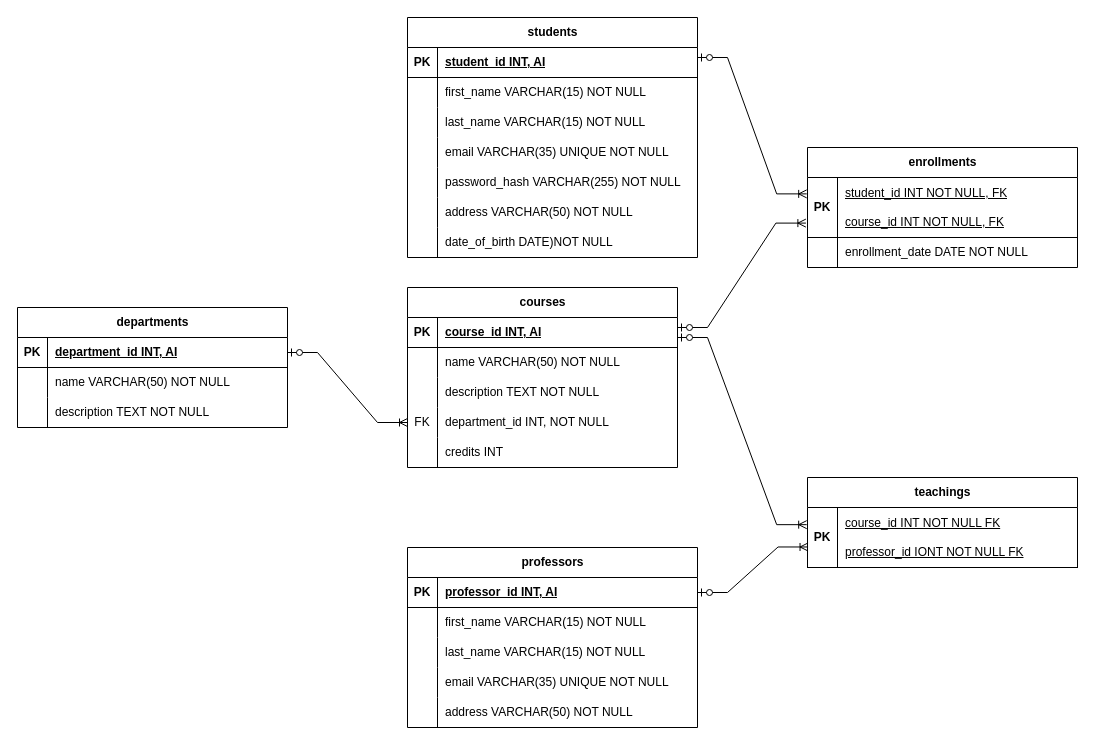
The draw.io diagram Phase2_graded_challenge2.drawio in suryasaputra2016/YourFirstSite, before the edit. Source tidied: cells renumbered, new cells numbered last; positions are measured from the earlier drawing's top-left corner, leaving out a move shared by most shapes. Both pictures are drawn from the tidied source at 100%, with x=0, y=0 at pixel (17, -188).
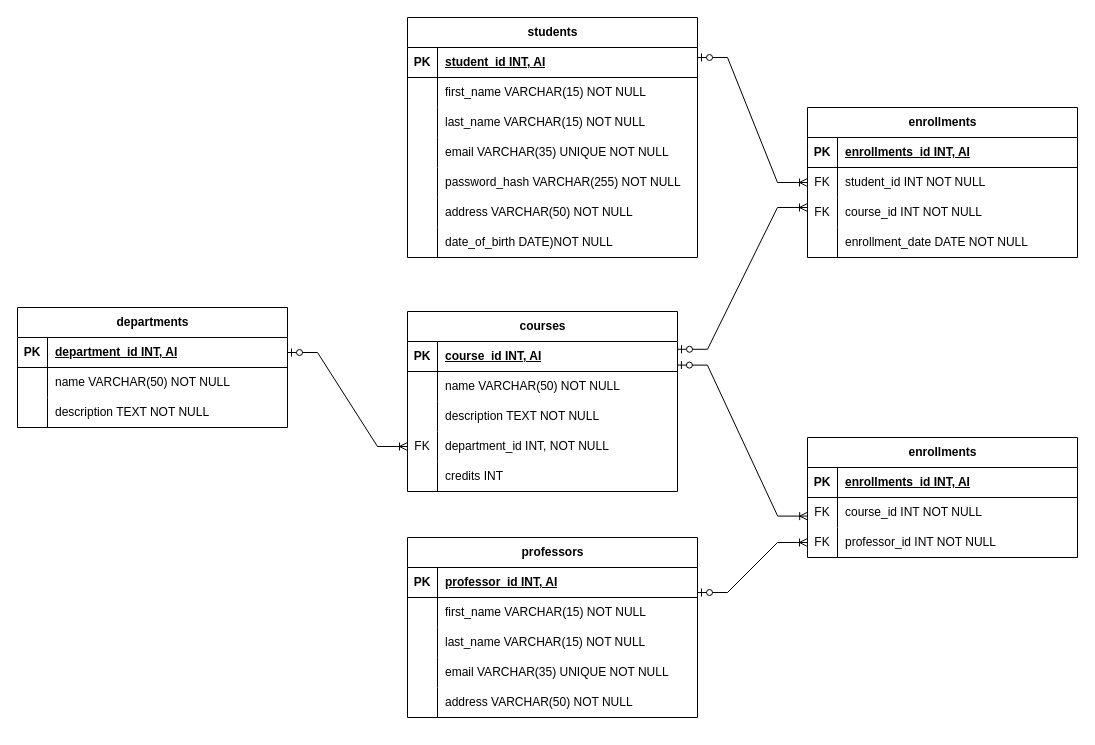
The same page after the edit.

The change refers to these unchanged cells:
```xml
<mxCell id="25" style="shape=tableRow;horizontal=0;startSize=0;swimlaneHead=0;swimlaneBody=0;fillColor=none;points=[[0,0.5],[1,0.5]];portConstraint=eastwest;top=0;left=0;right=0;bottom=1;" parent="24" vertex="1">
  <mxGeometry y="30" width="270" height="30" as="geometry" />
</mxCell>
```

Change to the diagram source:
```diff
@@
     <mxCell id="24" value="courses" style="shape=table;startSize=30;childLayout=tableLayout;rowLines=0;fontStyle=1;align=center;html=1;" parent="1" vertex="1">
-      <mxGeometry x="390" y="475" width="270" height="180" as="geometry" />
+      <mxGeometry x="390" y="499" width="270" height="180" as="geometry" />
     </mxCell>
@@
     <mxCell id="40" value="professors" style="shape=table;startSize=30;childLayout=tableLayout;rowLines=0;fontStyle=1;align=center;html=1;" parent="1" vertex="1">
-      <mxGeometry x="390" y="735" width="290" height="180" as="geometry" />
+      <mxGeometry x="390" y="725" width="290" height="180" as="geometry" />
     </mxCell>
@@
     <mxCell id="56" value="enrollments" style="shape=table;startSize=30;childLayout=tableLayout;rowLines=0;fontStyle=1;align=center;html=1;" parent="1" vertex="1">
-      <mxGeometry x="790" y="335" width="270" height="120" as="geometry" />
+      <mxGeometry x="790" y="295" width="270" height="150" as="geometry" />
     </mxCell>
     <mxCell id="57" style="shape=tableRow;horizontal=0;startSize=0;swimlaneHead=0;swimlaneBody=0;fillColor=none;points=[[0,0.5],[1,0.5]];portConstraint=eastwest;top=0;left=0;right=0;bottom=1;" parent="56" vertex="1">
-      <mxGeometry y="30" width="270" height="60" as="geometry" />
+      <mxGeometry y="30" width="270" height="30" as="geometry" />
     </mxCell>
     <mxCell id="58" value="PK" style="shape=partialRectangle;fillColor=none;top=0;left=0;bottom=0;right=0;fontStyle=1;overflow=hidden;whiteSpace=wrap;html=1;" parent="57" vertex="1">
-      <mxGeometry width="30" height="60" as="geometry" />
+      <mxGeometry width="30" height="30" as="geometry" />
     </mxCell>
-    <mxCell id="59" value="&lt;span style=&quot;font-weight: 400; text-decoration: none;&quot;&gt;student_id INT NOT NULL, FK&lt;/span&gt;&lt;div&gt;&lt;span style=&quot;font-weight: 400;&quot;&gt;&lt;br&gt;&lt;/span&gt;&lt;div style=&quot;font-weight: 400; text-decoration: none;&quot;&gt;course_id INT NOT NULL, FK&lt;/div&gt;&lt;/div&gt;" style="shape=partialRectangle;fillColor=none;top=0;left=0;bottom=0;right=0;align=left;spacingLeft=6;fontStyle=5;overflow=hidden;whiteSpace=wrap;html=1;" parent="57" vertex="1">
-      <mxGeometry x="30" width="240" height="60" as="geometry" />
+    <mxCell id="59" value="enrollments_id INT, AI" style="shape=partialRectangle;fillColor=none;top=0;left=0;bottom=0;right=0;align=left;spacingLeft=6;fontStyle=5;overflow=hidden;whiteSpace=wrap;html=1;" parent="57" vertex="1">
+      <mxGeometry x="30" width="240" height="30" as="geometry" />
     </mxCell>
     <mxCell id="60" style="shape=tableRow;horizontal=0;startSize=0;swimlaneHead=0;swimlaneBody=0;fillColor=none;points=[[0,0.5],[1,0.5]];portConstraint=eastwest;top=0;left=0;right=0;bottom=0;" parent="56" vertex="1">
-      <mxGeometry y="90" width="270" height="30" as="geometry" />
+      <mxGeometry y="60" width="270" height="30" as="geometry" />
     </mxCell>
-    <mxCell id="61" style="shape=partialRectangle;fillColor=none;top=0;left=0;bottom=0;right=0;overflow=hidden;whiteSpace=wrap;html=1;" parent="60" vertex="1">
+    <mxCell id="61" value="FK" style="shape=partialRectangle;fillColor=none;top=0;left=0;bottom=0;right=0;overflow=hidden;whiteSpace=wrap;html=1;" parent="60" vertex="1">
       <mxGeometry width="30" height="30" as="geometry" />
     </mxCell>
-    <mxCell id="62" value="enrollment_date DATE NOT NULL" style="shape=partialRectangle;fillColor=none;top=0;left=0;bottom=0;right=0;align=left;spacingLeft=6;overflow=hidden;whiteSpace=wrap;html=1;" parent="60" vertex="1">
+    <mxCell id="62" value="student_id INT NOT NULL" style="shape=partialRectangle;fillColor=none;top=0;left=0;bottom=0;right=0;align=left;spacingLeft=6;overflow=hidden;whiteSpace=wrap;html=1;" parent="60" vertex="1">
       <mxGeometry x="30" width="240" height="30" as="geometry" />
     </mxCell>
+    <mxCell id="82" style="shape=tableRow;horizontal=0;startSize=0;swimlaneHead=0;swimlaneBody=0;fillColor=none;points=[[0,0.5],[1,0.5]];portConstraint=eastwest;top=0;left=0;right=0;bottom=0;" parent="56" vertex="1">
+      <mxGeometry y="90" width="270" height="30" as="geometry" />
+    </mxCell>
+    <mxCell id="83" value="FK" style="shape=partialRectangle;fillColor=none;top=0;left=0;bottom=0;right=0;overflow=hidden;whiteSpace=wrap;html=1;" parent="82" vertex="1">
+      <mxGeometry width="30" height="30" as="geometry" />
+    </mxCell>
+    <mxCell id="84" value="course_id INT NOT NULL" style="shape=partialRectangle;fillColor=none;top=0;left=0;bottom=0;right=0;align=left;spacingLeft=6;overflow=hidden;whiteSpace=wrap;html=1;" parent="82" vertex="1">
+      <mxGeometry x="30" width="240" height="30" as="geometry" />
+    </mxCell>
+    <mxCell id="85" style="shape=tableRow;horizontal=0;startSize=0;swimlaneHead=0;swimlaneBody=0;fillColor=none;top=0;left=0;right=0;bottom=0;" parent="56" vertex="1">
+      <mxGeometry y="120" width="270" height="30" as="geometry" />
+    </mxCell>
+    <mxCell id="86" style="shape=partialRectangle;fillColor=none;top=0;left=0;bottom=0;right=0;overflow=hidden;whiteSpace=wrap;html=1;" parent="85" vertex="1">
+      <mxGeometry width="30" height="30" as="geometry" />
+    </mxCell>
+    <mxCell id="87" value="enrollment_date DATE NOT NULL" style="shape=partialRectangle;fillColor=none;top=0;left=0;bottom=0;right=0;align=left;spacingLeft=6;overflow=hidden;whiteSpace=wrap;html=1;" parent="85" vertex="1">
+      <mxGeometry x="30" width="240" height="30" as="geometry" />
+    </mxCell>
@@
-    <mxCell id="73" value="teachings" style="shape=table;startSize=30;childLayout=tableLayout;rowLines=0;fontStyle=1;align=center;html=1;" parent="1" vertex="1">
-      <mxGeometry x="790" y="665" width="270" height="90" as="geometry" />
-    </mxCell>
-    <mxCell id="74" style="shape=tableRow;horizontal=0;startSize=0;swimlaneHead=0;swimlaneBody=0;fillColor=none;points=[[0,0.5],[1,0.5]];portConstraint=eastwest;top=0;left=0;right=0;bottom=1;" parent="73" vertex="1">
-      <mxGeometry y="30" width="270" height="60" as="geometry" />
-    </mxCell>
-    <mxCell id="75" value="PK" style="shape=partialRectangle;fillColor=none;top=0;left=0;bottom=0;right=0;fontStyle=1;overflow=hidden;whiteSpace=wrap;html=1;" parent="74" vertex="1">
-      <mxGeometry width="30" height="60" as="geometry" />
-    </mxCell>
-    <mxCell id="76" value="&lt;span style=&quot;font-weight: 400; text-decoration: none;&quot;&gt;course_id INT NOT NULL FK&lt;/span&gt;&lt;br&gt;&lt;div&gt;&lt;span style=&quot;font-weight: 400; text-decoration: none;&quot;&gt;&lt;br&gt;&lt;/span&gt;&lt;/div&gt;&lt;div&gt;&lt;span style=&quot;font-weight: 400; text-decoration: none;&quot;&gt;professor_id IONT NOT NULL FK&lt;/span&gt;&lt;span style=&quot;font-weight: 400; text-decoration: none;&quot;&gt;&lt;br&gt;&lt;/span&gt;&lt;/div&gt;" style="shape=partialRectangle;fillColor=none;top=0;left=0;bottom=0;right=0;align=left;spacingLeft=6;fontStyle=5;overflow=hidden;whiteSpace=wrap;html=1;" parent="74" vertex="1">
-      <mxGeometry x="30" width="240" height="60" as="geometry" />
-    </mxCell>
@@
-    <mxCell id="78" style="edgeStyle=entityRelationEdgeStyle;fontSize=12;html=1;endArrow=ERoneToMany;startArrow=ERzeroToOne;rounded=0;exitX=1;exitY=0.5;exitDx=0;exitDy=0;entryX=-0.003;entryY=0.273;entryDx=0;entryDy=0;entryPerimeter=0;" parent="1" edge="1" target="57">
+    <mxCell id="78" style="edgeStyle=entityRelationEdgeStyle;fontSize=12;html=1;endArrow=ERoneToMany;startArrow=ERzeroToOne;rounded=0;exitX=1;exitY=0.5;exitDx=0;exitDy=0;entryX=0;entryY=0.5;entryDx=0;entryDy=0;" parent="1" edge="1" target="60">
       <mxGeometry relative="1" as="geometry">
         <mxPoint x="680" y="245" as="sourcePoint" />
         <Array as="points">
           <mxPoint x="1170" />
         </Array>
       </mxGeometry>
     </mxCell>
-    <mxCell id="79" style="edgeStyle=entityRelationEdgeStyle;fontSize=12;html=1;endArrow=ERoneToMany;startArrow=ERzeroToOne;rounded=0;exitX=1;exitY=0.5;exitDx=0;exitDy=0;entryX=-0.006;entryY=0.76;entryDx=0;entryDy=0;entryPerimeter=0;" parent="1" edge="1" target="57">
+    <mxCell id="79" style="edgeStyle=entityRelationEdgeStyle;fontSize=12;html=1;endArrow=ERoneToMany;startArrow=ERzeroToOne;rounded=0;entryX=0;entryY=0.333;entryDx=0;entryDy=0;entryPerimeter=0;exitX=1;exitY=0.259;exitDx=0;exitDy=0;exitPerimeter=0;" parent="1" edge="1" source="25" target="82">
       <mxGeometry relative="1" as="geometry">
-        <mxPoint x="660" y="515" as="sourcePoint" />
         <Array as="points">
           <mxPoint x="1150" y="270" />
         </Array>
       </mxGeometry>
     </mxCell>
-    <mxCell id="80" style="edgeStyle=entityRelationEdgeStyle;fontSize=12;html=1;endArrow=ERoneToMany;startArrow=ERzeroToOne;rounded=0;exitX=1;exitY=0.5;exitDx=0;exitDy=0;entryX=-0.003;entryY=0.286;entryDx=0;entryDy=0;entryPerimeter=0;" parent="1" edge="1" target="74">
+    <mxCell id="80" style="edgeStyle=entityRelationEdgeStyle;fontSize=12;html=1;endArrow=ERoneToMany;startArrow=ERzeroToOne;rounded=0;entryX=-0.003;entryY=0.286;entryDx=0;entryDy=0;entryPerimeter=0;exitX=0.996;exitY=0.788;exitDx=0;exitDy=0;exitPerimeter=0;" parent="1" edge="1">
       <mxGeometry relative="1" as="geometry">
-        <mxPoint x="660" y="525" as="sourcePoint" />
+        <mxPoint x="659.9" y="552.6" as="sourcePoint" />
+        <mxPoint x="790.2" y="703.6" as="targetPoint" />
         <Array as="points">
-          <mxPoint x="1150" y="280" />
+          <mxPoint x="681" y="535" />
+          <mxPoint x="1151" y="280" />
         </Array>
       </mxGeometry>
     </mxCell>
-    <mxCell id="81" style="edgeStyle=entityRelationEdgeStyle;fontSize=12;html=1;endArrow=ERoneToMany;startArrow=ERzeroToOne;rounded=0;exitX=1;exitY=0.5;exitDx=0;exitDy=0;entryX=0.002;entryY=0.658;entryDx=0;entryDy=0;entryPerimeter=0;" parent="1" edge="1" target="74">
+    <mxCell id="81" style="edgeStyle=entityRelationEdgeStyle;fontSize=12;html=1;endArrow=ERoneToMany;startArrow=ERzeroToOne;rounded=0;exitX=1;exitY=0.5;exitDx=0;exitDy=0;entryX=0;entryY=0.5;entryDx=0;entryDy=0;" parent="1" edge="1" target="94">
       <mxGeometry relative="1" as="geometry">
         <mxPoint x="680" y="780" as="sourcePoint" />
         <Array as="points">
           <mxPoint x="1170" y="535" />
           <mxPoint x="740" y="1020" />
         </Array>
       </mxGeometry>
     </mxCell>
+    <mxCell id="88" value="enrollments" style="shape=table;startSize=30;childLayout=tableLayout;rowLines=0;fontStyle=1;align=center;html=1;" parent="1" vertex="1">
+      <mxGeometry x="790" y="625" width="270" height="120" as="geometry" />
+    </mxCell>
+    <mxCell id="89" style="shape=tableRow;horizontal=0;startSize=0;swimlaneHead=0;swimlaneBody=0;fillColor=none;top=0;left=0;right=0;bottom=1;" parent="88" vertex="1">
+      <mxGeometry y="30" width="270" height="30" as="geometry" />
+    </mxCell>
+    <mxCell id="75" value="PK" style="shape=partialRectangle;fillColor=none;top=0;left=0;bottom=0;right=0;fontStyle=1;overflow=hidden;whiteSpace=wrap;html=1;" parent="89" vertex="1">
+      <mxGeometry width="30" height="30" as="geometry" />
+    </mxCell>
+    <mxCell id="90" value="enrollments_id INT, AI" style="shape=partialRectangle;fillColor=none;top=0;left=0;bottom=0;right=0;align=left;spacingLeft=6;fontStyle=5;overflow=hidden;whiteSpace=wrap;html=1;" parent="89" vertex="1">
+      <mxGeometry x="30" width="240" height="30" as="geometry" />
+    </mxCell>
+    <mxCell id="91" style="shape=tableRow;horizontal=0;startSize=0;swimlaneHead=0;swimlaneBody=0;fillColor=none;top=0;left=0;right=0;bottom=0;" parent="88" vertex="1">
+      <mxGeometry y="60" width="270" height="30" as="geometry" />
+    </mxCell>
+    <mxCell id="92" value="FK" style="shape=partialRectangle;fillColor=none;top=0;left=0;bottom=0;right=0;overflow=hidden;whiteSpace=wrap;html=1;" parent="91" vertex="1">
+      <mxGeometry width="30" height="30" as="geometry" />
+    </mxCell>
+    <mxCell id="93" value="course_id INT NOT NULL" style="shape=partialRectangle;fillColor=none;top=0;left=0;bottom=0;right=0;align=left;spacingLeft=6;overflow=hidden;whiteSpace=wrap;html=1;" parent="91" vertex="1">
+      <mxGeometry x="30" width="240" height="30" as="geometry" />
+    </mxCell>
+    <mxCell id="94" style="shape=tableRow;horizontal=0;startSize=0;swimlaneHead=0;swimlaneBody=0;fillColor=none;points=[[0,0.5],[1,0.5]];portConstraint=eastwest;top=0;left=0;right=0;bottom=0;" parent="88" vertex="1">
+      <mxGeometry y="90" width="270" height="30" as="geometry" />
+    </mxCell>
+    <mxCell id="95" value="FK" style="shape=partialRectangle;fillColor=none;top=0;left=0;bottom=0;right=0;overflow=hidden;whiteSpace=wrap;html=1;" parent="94" vertex="1">
+      <mxGeometry width="30" height="30" as="geometry" />
+    </mxCell>
+    <mxCell id="96" value="professor_id INT NOT NULL" style="shape=partialRectangle;fillColor=none;top=0;left=0;bottom=0;right=0;align=left;spacingLeft=6;overflow=hidden;whiteSpace=wrap;html=1;" parent="94" vertex="1">
+      <mxGeometry x="30" width="240" height="30" as="geometry" />
+    </mxCell>
```
